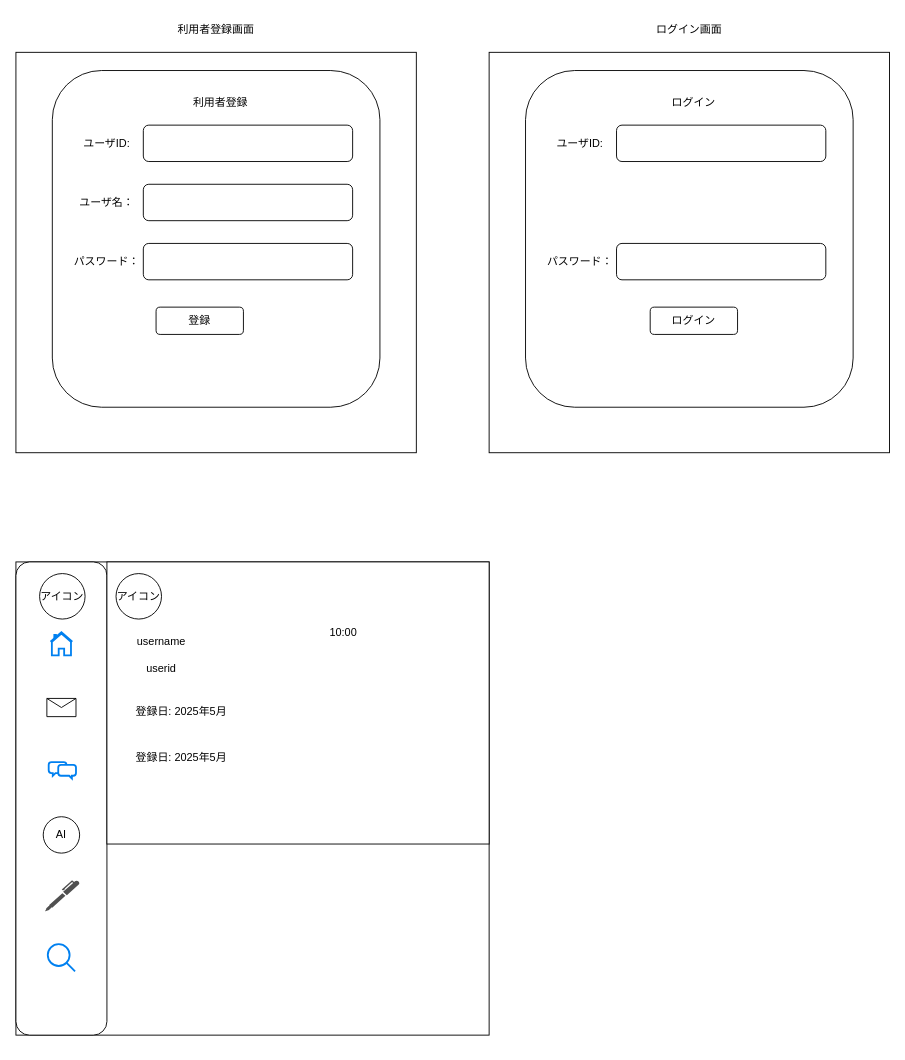
Above: page "利用者UI" (1 of 2) of docs/ui.drawio in naoki763/wellside (draw.io), before the change. Source tidied: cells renumbered, new cells numbered last; positions are measured from the earlier drawing's top-left corner, leaving out a move shared by most shapes. Both pictures are drawn from the tidied source at 91%, with x=0, y=0 at pixel (15, 15).
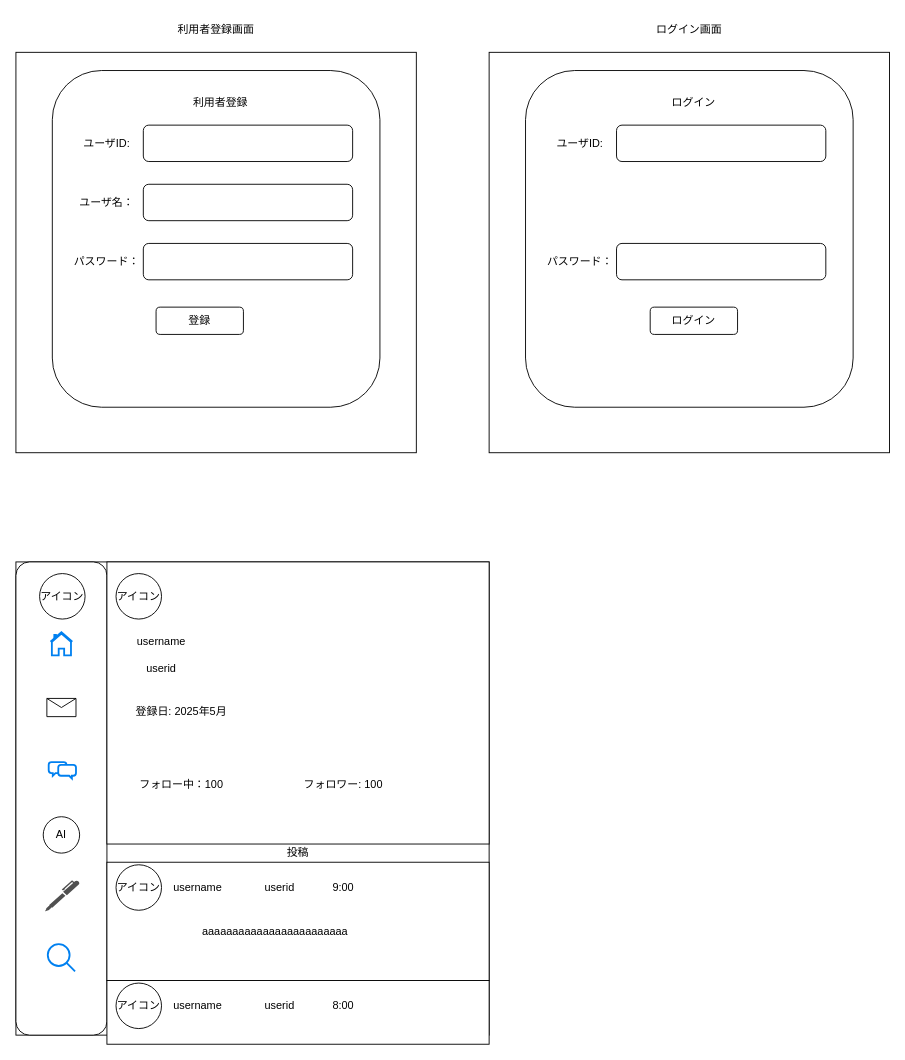
Above is the later version.

What changed in the source:
```diff
@@
-    <mxCell id="27" style="edgeStyle=none;html=1;" parent="1" edge="1" target="35">
+    <mxCell id="27" style="edgeStyle=none;html=1;" parent="1" edge="1">
       <mxGeometry relative="1" as="geometry">
         <mxPoint x="333.7" y="650" as="sourcePoint" />
+        <mxPoint x="345.8" y="662.8" as="targetPoint" />
       </mxGeometry>
     </mxCell>
@@
-    <mxCell id="35" value="10:00" style="text;html=1;align=center;verticalAlign=middle;whiteSpace=wrap;rounded=0;" parent="1" vertex="1">
-      <mxGeometry x="320" y="662.8" width="80" height="30" as="geometry" />
-    </mxCell>
@@
-    <mxCell id="38" value="登録日: 2025年5月" style="text;html=1;align=center;verticalAlign=middle;whiteSpace=wrap;rounded=0;" parent="1" vertex="1">
-      <mxGeometry x="124" y="800" width="116" height="30" as="geometry" />
+    <mxCell id="38" value="フォロー中：100" style="text;html=1;align=center;verticalAlign=middle;whiteSpace=wrap;rounded=0;" parent="1" vertex="1">
+      <mxGeometry x="124" y="830" width="116" height="30" as="geometry" />
     </mxCell>
+    <mxCell id="39" value="フォロワー: 100" style="text;html=1;align=center;verticalAlign=middle;whiteSpace=wrap;rounded=0;" parent="1" vertex="1">
+      <mxGeometry x="302" y="830" width="116" height="30" as="geometry" />
+    </mxCell>
+    <mxCell id="40" style="rounded=0;whiteSpace=wrap;html=1;" parent="1" vertex="1">
+      <mxGeometry x="100" y="930" width="420" height="130" as="geometry" />
+    </mxCell>
+    <mxCell id="41" value="username" style="text;html=1;align=center;verticalAlign=middle;whiteSpace=wrap;rounded=0;" parent="1" vertex="1">
+      <mxGeometry x="160" y="942.8" width="80" height="30" as="geometry" />
+    </mxCell>
+    <mxCell id="42" value="アイコン" style="ellipse;whiteSpace=wrap;html=1;" parent="1" vertex="1">
+      <mxGeometry x="110" y="932.8" width="50" height="50" as="geometry" />
+    </mxCell>
+    <mxCell id="43" value="userid" style="text;html=1;align=center;verticalAlign=middle;whiteSpace=wrap;rounded=0;" parent="1" vertex="1">
+      <mxGeometry x="250" y="942.8" width="80" height="30" as="geometry" />
+    </mxCell>
+    <mxCell id="44" value="9:00" style="text;html=1;align=center;verticalAlign=middle;whiteSpace=wrap;rounded=0;" parent="1" vertex="1">
+      <mxGeometry x="320" y="942.8" width="80" height="30" as="geometry" />
+    </mxCell>
+    <mxCell id="45" value="aaaaaaaaaaaaaaaaaaaaaaaa" style="text;html=1;align=center;verticalAlign=middle;whiteSpace=wrap;rounded=0;" parent="1" vertex="1">
+      <mxGeometry x="160" y="982.8" width="250" height="47.2" as="geometry" />
+    </mxCell>
+    <mxCell id="46" style="rounded=0;whiteSpace=wrap;html=1;" parent="1" vertex="1">
+      <mxGeometry x="100" y="1060" width="420" height="70" as="geometry" />
+    </mxCell>
+    <mxCell id="47" value="username" style="text;html=1;align=center;verticalAlign=middle;whiteSpace=wrap;rounded=0;" parent="1" vertex="1">
+      <mxGeometry x="160" y="1072.8" width="80" height="30" as="geometry" />
+    </mxCell>
+    <mxCell id="48" value="アイコン" style="ellipse;whiteSpace=wrap;html=1;" parent="1" vertex="1">
+      <mxGeometry x="110" y="1062.8" width="50" height="50" as="geometry" />
+    </mxCell>
+    <mxCell id="49" value="userid" style="text;html=1;align=center;verticalAlign=middle;whiteSpace=wrap;rounded=0;" parent="1" vertex="1">
+      <mxGeometry x="250" y="1072.8" width="80" height="30" as="geometry" />
+    </mxCell>
+    <mxCell id="50" value="8:00" style="text;html=1;align=center;verticalAlign=middle;whiteSpace=wrap;rounded=0;" parent="1" vertex="1">
+      <mxGeometry x="320" y="1072.8" width="80" height="30" as="geometry" />
+    </mxCell>
+    <mxCell id="51" value="投稿" style="text;html=1;align=center;verticalAlign=middle;whiteSpace=wrap;rounded=0;" parent="1" vertex="1">
+      <mxGeometry x="280" y="910" width="60" height="20" as="geometry" />
+    </mxCell>
```
